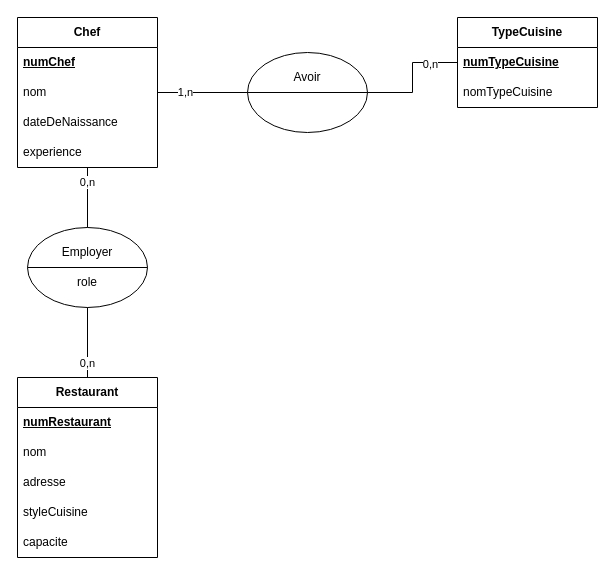
Earlier version of the draw.io diagram mcd-restau.drawio (LaiPe/hb-exam-bdd-sql). Source tidied: cells renumbered, new cells numbered last; positions are measured from the earlier drawing's top-left corner, leaving out a move shared by most shapes. Both pictures are drawn from the tidied source at 100%, with x=0, y=0 at pixel (17, 17).
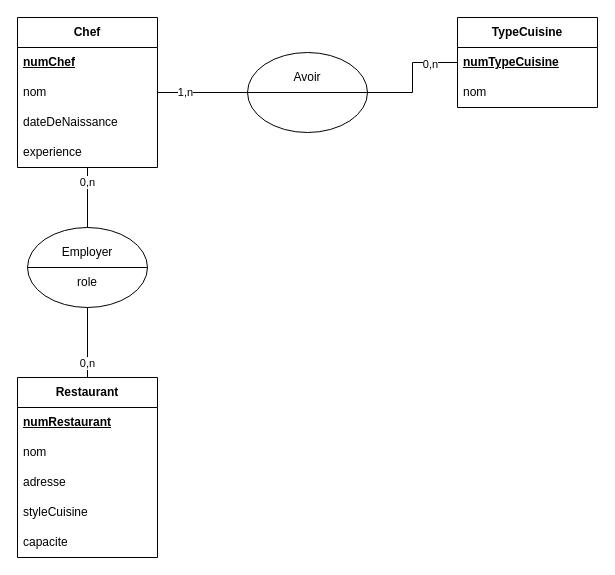
The same page after the edit.

Commit message (it also covers changes not shown here):
exam-1: mld

Unchanged cells that the change refers to:
```xml
<mxCell id="7" value="&lt;b&gt;TypeCuisine&lt;/b&gt;" style="swimlane;fontStyle=0;horizontal=1;startSize=30;whiteSpace=wrap;html=1;" parent="1" vertex="1">
  <mxGeometry x="440" width="140" height="90" as="geometry" />
</mxCell>
```

Change to the diagram source:
```diff
@@
-    <mxCell id="9" value="nomTypeCuisine" style="text;strokeColor=none;fillColor=none;align=left;verticalAlign=middle;spacingLeft=4;spacingRight=4;overflow=hidden;whiteSpace=wrap;html=1;" parent="7" vertex="1">
+    <mxCell id="9" value="nom" style="text;strokeColor=none;fillColor=none;align=left;verticalAlign=middle;spacingLeft=4;spacingRight=4;overflow=hidden;whiteSpace=wrap;html=1;" parent="7" vertex="1">
       <mxGeometry y="60" width="140" height="30" as="geometry" />
     </mxCell>
```
